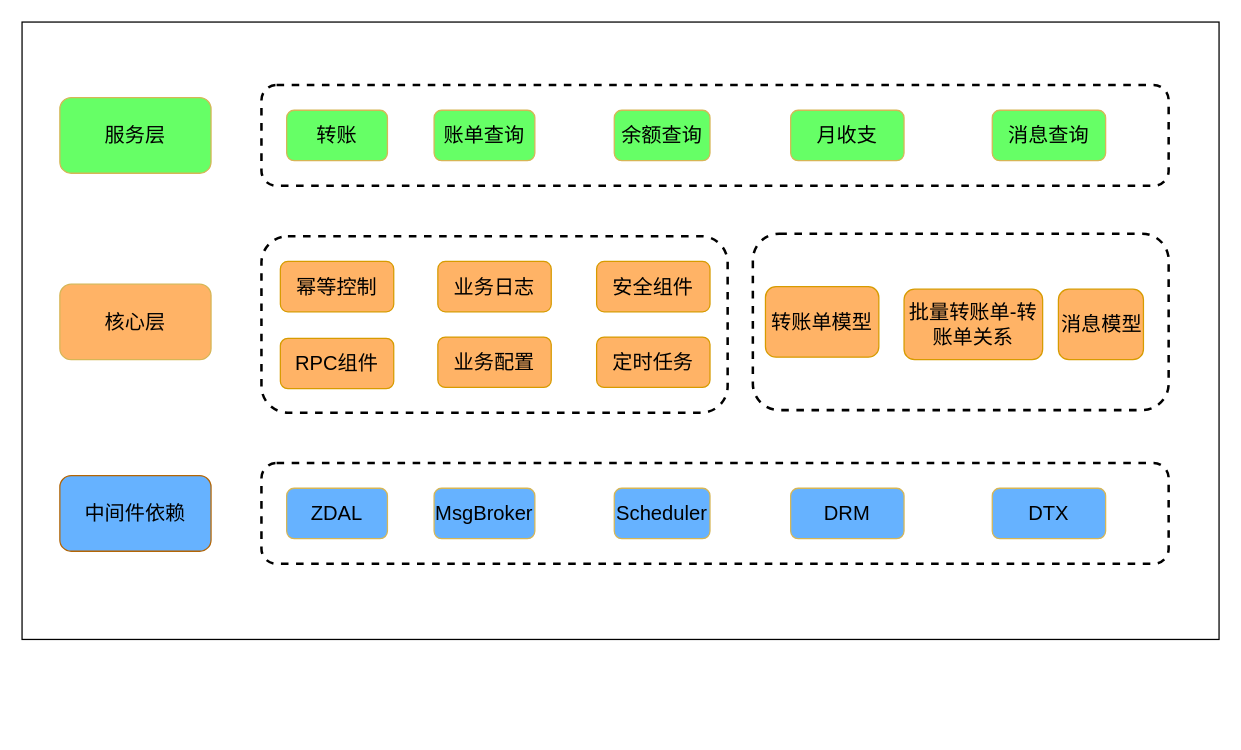
This is Untitled Diagram.drawio from muqingCai/cloudForecast, a draw.io file, before an edit. Source tidied: cells renumbered, new cells numbered last; positions are measured from the earlier drawing's top-left corner, leaving out a move shared by most shapes. Both pictures are drawn from the tidied source at 126%, with x=0, y=0 at pixel (21, 21).
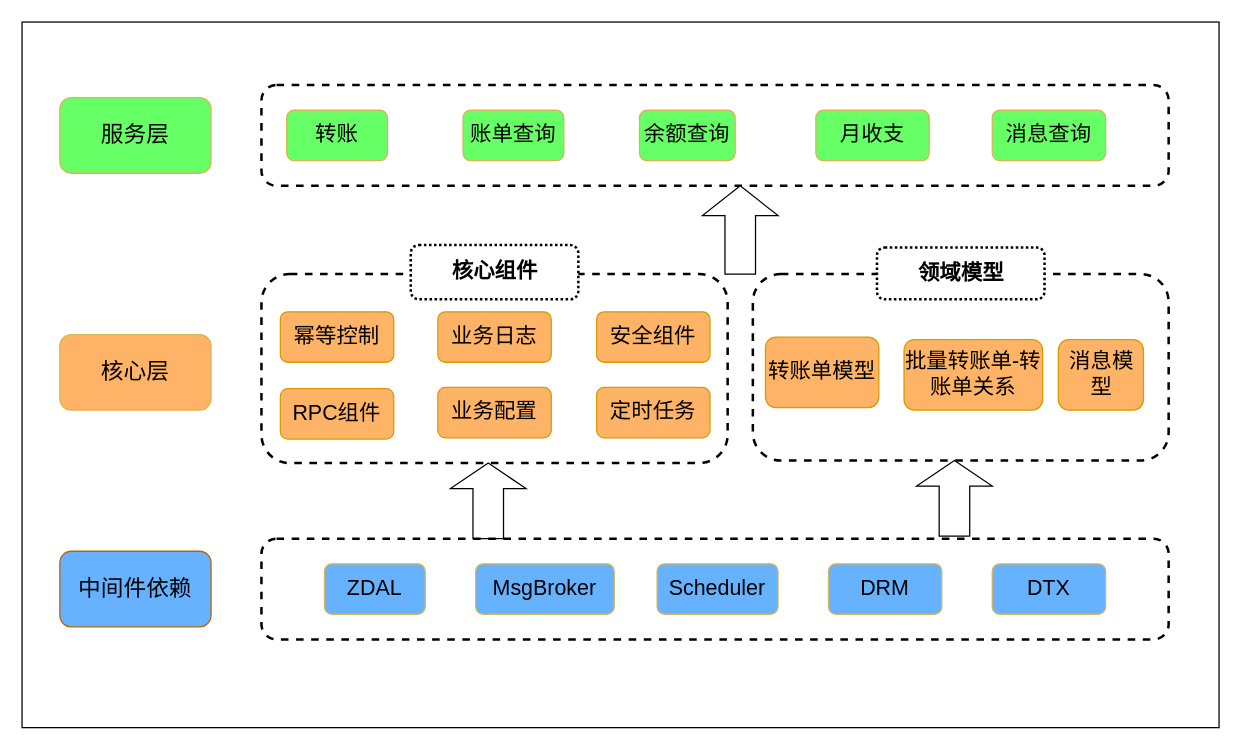
The same page after the edit.

Diff of the diagram source:
```diff
@@
     <mxCell id="2" style="rounded=0;whiteSpace=wrap;fontSize=16;spacing=2;shadow=0;" parent="1" vertex="1">
-      <mxGeometry width="950" height="490" as="geometry" />
+      <mxGeometry width="950" height="560" as="geometry" />
     </mxCell>
-    <mxCell id="3" style="rounded=1;whiteSpace=wrap;fontSize=16;fillColor=#FFFFFF;dashed=1;spacing=2;strokeWidth=2;" parent="1" vertex="1">
+    <mxCell id="3" style="rounded=1;whiteSpace=wrap;fontSize=17;fillColor=#FFFFFF;dashed=1;spacing=2;strokeWidth=2;" parent="1" vertex="1">
       <mxGeometry x="190" y="50" width="720" height="80" as="geometry" />
     </mxCell>
-    <mxCell id="4" value="服务层" style="rounded=1;whiteSpace=wrap;strokeColor=#d6b656;fontSize=16;spacing=2;fillColor=#66FF66;" parent="1" vertex="1">
+    <mxCell id="4" value="服务层" style="rounded=1;whiteSpace=wrap;strokeColor=#d6b656;fontSize=18;spacing=2;fillColor=#66FF66;" parent="1" vertex="1">
       <mxGeometry x="30" y="60" width="120" height="60" as="geometry" />
     </mxCell>
-    <mxCell id="5" value="中间件依赖" style="rounded=1;whiteSpace=wrap;strokeColor=#b46504;fontSize=16;spacing=2;fillColor=#66B2FF;" parent="1" vertex="1">
-      <mxGeometry x="30" y="360" width="120" height="60" as="geometry" />
+    <mxCell id="5" value="中间件依赖" style="rounded=1;whiteSpace=wrap;strokeColor=#b46504;fontSize=18;spacing=2;fillColor=#66B2FF;" parent="1" vertex="1">
+      <mxGeometry x="30" y="420" width="120" height="60" as="geometry" />
     </mxCell>
-    <mxCell id="6" value="转账" style="rounded=1;whiteSpace=wrap;strokeColor=#d6b656;fontSize=16;spacing=2;fillColor=#66FF66;" parent="1" vertex="1">
+    <mxCell id="6" value="转账" style="rounded=1;whiteSpace=wrap;strokeColor=#d6b656;fontSize=17;spacing=2;fillColor=#66FF66;" parent="1" vertex="1">
       <mxGeometry x="210" y="70" width="80" height="40" as="geometry" />
     </mxCell>
-    <mxCell id="7" value="账单查询" style="rounded=1;whiteSpace=wrap;strokeColor=#d6b656;fontSize=16;spacing=2;fillColor=#66FF66;" parent="1" vertex="1">
-      <mxGeometry x="327" y="70" width="80" height="40" as="geometry" />
+    <mxCell id="7" value="账单查询" style="rounded=1;whiteSpace=wrap;strokeColor=#d6b656;fontSize=17;spacing=2;fillColor=#66FF66;" parent="1" vertex="1">
+      <mxGeometry x="350" y="70" width="80" height="40" as="geometry" />
     </mxCell>
-    <mxCell id="8" value="余额查询" style="rounded=1;whiteSpace=wrap;strokeColor=#d6b656;fontSize=16;spacing=2;fillColor=#66FF66;" parent="1" vertex="1">
-      <mxGeometry x="470" y="70" width="76" height="40" as="geometry" />
+    <mxCell id="8" value="余额查询" style="rounded=1;whiteSpace=wrap;strokeColor=#d6b656;fontSize=17;spacing=2;fillColor=#66FF66;" parent="1" vertex="1">
+      <mxGeometry x="490" y="70" width="76" height="40" as="geometry" />
     </mxCell>
-    <mxCell id="9" value="月收支" style="rounded=1;whiteSpace=wrap;strokeColor=#d6b656;fontSize=16;spacing=2;fillColor=#66FF66;" parent="1" vertex="1">
-      <mxGeometry x="610" y="70" width="90" height="40" as="geometry" />
+    <mxCell id="9" value="月收支" style="rounded=1;whiteSpace=wrap;strokeColor=#d6b656;fontSize=17;spacing=2;fillColor=#66FF66;" parent="1" vertex="1">
+      <mxGeometry x="630" y="70" width="90" height="40" as="geometry" />
     </mxCell>
-    <mxCell id="10" value="消息查询" style="rounded=1;whiteSpace=wrap;strokeColor=#d6b656;fontSize=16;spacing=2;fillColor=#66FF66;" parent="1" vertex="1">
+    <mxCell id="10" value="消息查询" style="rounded=1;whiteSpace=wrap;strokeColor=#d6b656;fontSize=17;spacing=2;fillColor=#66FF66;" parent="1" vertex="1">
       <mxGeometry x="770" y="70" width="90" height="40" as="geometry" />
     </mxCell>
-    <mxCell id="11" style="rounded=1;whiteSpace=wrap;fontSize=16;fillColor=#FFFFFF;dashed=1;spacing=2;strokeWidth=2;" parent="1" vertex="1">
-      <mxGeometry x="190" y="170" width="370" height="140" as="geometry" />
+    <mxCell id="11" style="rounded=1;whiteSpace=wrap;fontSize=17;fillColor=#FFFFFF;dashed=1;spacing=2;strokeWidth=2;" parent="1" vertex="1">
+      <mxGeometry x="190" y="200" width="370" height="150" as="geometry" />
     </mxCell>
-    <mxCell id="12" value="核心层" style="rounded=1;whiteSpace=wrap;strokeColor=#d6b656;fontSize=16;spacing=2;fillColor=#FFB366;" parent="1" vertex="1">
-      <mxGeometry x="30" y="208" width="120" height="60" as="geometry" />
+    <mxCell id="12" value="核心层" style="rounded=1;whiteSpace=wrap;strokeColor=#d6b656;fontSize=18;spacing=2;fillColor=#FFB366;" parent="1" vertex="1">
+      <mxGeometry x="30" y="248" width="120" height="60" as="geometry" />
     </mxCell>
-    <mxCell id="13" value="幂等控制" style="rounded=1;whiteSpace=wrap;strokeColor=#d79b00;fontSize=16;spacing=2;fillColor=#FFB366;" parent="1" vertex="1">
-      <mxGeometry x="205" y="190" width="90" height="40" as="geometry" />
+    <mxCell id="13" value="幂等控制" style="rounded=1;whiteSpace=wrap;strokeColor=#d79b00;fontSize=17;spacing=2;fillColor=#FFB366;" parent="1" vertex="1">
+      <mxGeometry x="205" y="230" width="90" height="40" as="geometry" />
     </mxCell>
-    <mxCell id="14" value="安全组件" style="rounded=1;whiteSpace=wrap;strokeColor=#d79b00;fontSize=16;spacing=2;fillColor=#FFB366;" parent="1" vertex="1">
-      <mxGeometry x="456" y="190" width="90" height="40" as="geometry" />
+    <mxCell id="14" value="安全组件" style="rounded=1;whiteSpace=wrap;strokeColor=#d79b00;fontSize=17;spacing=2;fillColor=#FFB366;" parent="1" vertex="1">
+      <mxGeometry x="456" y="230" width="90" height="40" as="geometry" />
     </mxCell>
-    <mxCell id="15" value="业务配置" style="rounded=1;whiteSpace=wrap;strokeColor=#d79b00;fontSize=16;spacing=2;fillColor=#FFB366;" parent="1" vertex="1">
-      <mxGeometry x="330" y="250" width="90" height="40" as="geometry" />
+    <mxCell id="15" value="业务配置" style="rounded=1;whiteSpace=wrap;strokeColor=#d79b00;fontSize=17;spacing=2;fillColor=#FFB366;" parent="1" vertex="1">
+      <mxGeometry x="330" y="290" width="90" height="40" as="geometry" />
     </mxCell>
-    <mxCell id="16" value="定时任务" style="rounded=1;whiteSpace=wrap;strokeColor=#d79b00;fontSize=16;spacing=2;fillColor=#FFB366;" parent="1" vertex="1">
-      <mxGeometry x="456" y="250" width="90" height="40" as="geometry" />
+    <mxCell id="16" value="定时任务" style="rounded=1;whiteSpace=wrap;strokeColor=#d79b00;fontSize=17;spacing=2;fillColor=#FFB366;" parent="1" vertex="1">
+      <mxGeometry x="456" y="290" width="90" height="40" as="geometry" />
     </mxCell>
-    <mxCell id="17" value="RPC组件" style="rounded=1;whiteSpace=wrap;strokeColor=#d79b00;fontSize=16;spacing=2;fillColor=#FFB366;" parent="1" vertex="1">
-      <mxGeometry x="205" y="251" width="90" height="40" as="geometry" />
+    <mxCell id="17" value="RPC组件" style="rounded=1;whiteSpace=wrap;strokeColor=#d79b00;fontSize=17;spacing=2;fillColor=#FFB366;" parent="1" vertex="1">
+      <mxGeometry x="205" y="291" width="90" height="40" as="geometry" />
     </mxCell>
-    <mxCell id="18" value="业务日志" style="rounded=1;whiteSpace=wrap;strokeColor=#d79b00;fontSize=16;spacing=2;fillColor=#FFB366;" parent="1" vertex="1">
-      <mxGeometry x="330" y="190" width="90" height="40" as="geometry" />
+    <mxCell id="18" value="业务日志" style="rounded=1;whiteSpace=wrap;strokeColor=#d79b00;fontSize=17;spacing=2;fillColor=#FFB366;" parent="1" vertex="1">
+      <mxGeometry x="330" y="230" width="90" height="40" as="geometry" />
     </mxCell>
-    <mxCell id="19" style="rounded=1;whiteSpace=wrap;fontSize=16;fillColor=#FFFFFF;dashed=1;spacing=2;strokeWidth=2;" parent="1" vertex="1">
-      <mxGeometry x="190" y="350" width="720" height="80" as="geometry" />
+    <mxCell id="19" style="rounded=1;whiteSpace=wrap;fontSize=17;fillColor=#FFFFFF;dashed=1;spacing=2;strokeWidth=2;" parent="1" vertex="1">
+      <mxGeometry x="190" y="410" width="720" height="80" as="geometry" />
     </mxCell>
-    <mxCell id="20" value="ZDAL" style="rounded=1;whiteSpace=wrap;strokeColor=#d6b656;fontSize=16;spacing=2;fillColor=#66B2FF;" parent="1" vertex="1">
-      <mxGeometry x="210" y="370" width="80" height="40" as="geometry" />
+    <mxCell id="20" value="ZDAL" style="rounded=1;whiteSpace=wrap;strokeColor=#d6b656;fontSize=17;spacing=2;fillColor=#66B2FF;" parent="1" vertex="1">
+      <mxGeometry x="240" y="430" width="80" height="40" as="geometry" />
     </mxCell>
-    <mxCell id="21" value="MsgBroker" style="rounded=1;whiteSpace=wrap;strokeColor=#d6b656;fontSize=16;spacing=2;fillColor=#66B2FF;" parent="1" vertex="1">
-      <mxGeometry x="327" y="370" width="80" height="40" as="geometry" />
+    <mxCell id="21" value="MsgBroker" style="rounded=1;whiteSpace=wrap;strokeColor=#d6b656;fontSize=17;spacing=2;fillColor=#66B2FF;" parent="1" vertex="1">
+      <mxGeometry x="360" y="430" width="110" height="40" as="geometry" />
     </mxCell>
-    <mxCell id="22" value="Scheduler" style="rounded=1;whiteSpace=wrap;strokeColor=#d6b656;fontSize=16;spacing=2;fillColor=#66B2FF;" parent="1" vertex="1">
-      <mxGeometry x="470" y="370" width="76" height="40" as="geometry" />
+    <mxCell id="22" value="Scheduler" style="rounded=1;whiteSpace=wrap;strokeColor=#d6b656;fontSize=17;spacing=2;fillColor=#66B2FF;" parent="1" vertex="1">
+      <mxGeometry x="504" y="430" width="96" height="40" as="geometry" />
     </mxCell>
-    <mxCell id="23" value="DRM" style="rounded=1;whiteSpace=wrap;strokeColor=#d6b656;fontSize=16;spacing=2;fillColor=#66B2FF;" parent="1" vertex="1">
-      <mxGeometry x="610" y="370" width="90" height="40" as="geometry" />
+    <mxCell id="23" value="DRM" style="rounded=1;whiteSpace=wrap;strokeColor=#d6b656;fontSize=17;spacing=2;fillColor=#66B2FF;" parent="1" vertex="1">
+      <mxGeometry x="640" y="430" width="90" height="40" as="geometry" />
     </mxCell>
-    <mxCell id="24" value="DTX" style="rounded=1;whiteSpace=wrap;strokeColor=#d6b656;fontSize=16;spacing=2;fillColor=#66B2FF;" parent="1" vertex="1">
-      <mxGeometry x="770" y="370" width="90" height="40" as="geometry" />
+    <mxCell id="24" value="DTX" style="rounded=1;whiteSpace=wrap;strokeColor=#d6b656;fontSize=17;spacing=2;fillColor=#66B2FF;" parent="1" vertex="1">
+      <mxGeometry x="770" y="430" width="90" height="40" as="geometry" />
     </mxCell>
-    <mxCell id="25" style="rounded=1;whiteSpace=wrap;fontSize=16;fillColor=#FFFFFF;dashed=1;spacing=2;strokeWidth=2;" parent="1" vertex="1">
-      <mxGeometry x="580" y="168" width="330" height="140" as="geometry" />
+    <mxCell id="25" style="rounded=1;whiteSpace=wrap;fontSize=17;fillColor=#FFFFFF;dashed=1;spacing=2;strokeWidth=2;" parent="1" vertex="1">
+      <mxGeometry x="580" y="200" width="330" height="148" as="geometry" />
     </mxCell>
-    <mxCell id="26" value="转账单模型" style="rounded=1;whiteSpace=wrap;strokeColor=#d79b00;fontSize=16;spacing=2;fillColor=#FFB366;" parent="1" vertex="1">
-      <mxGeometry x="590" y="210" width="90" height="56" as="geometry" />
+    <mxCell id="26" value="转账单模型" style="rounded=1;whiteSpace=wrap;strokeColor=#d79b00;fontSize=17;spacing=2;fillColor=#FFB366;" parent="1" vertex="1">
+      <mxGeometry x="590" y="250" width="90" height="56" as="geometry" />
     </mxCell>
-    <mxCell id="27" value="批量转账单-转账单关系" style="rounded=1;whiteSpace=wrap;strokeColor=#d79b00;fontSize=16;spacing=2;fillColor=#FFB366;" parent="1" vertex="1">
-      <mxGeometry x="700" y="212" width="110" height="56" as="geometry" />
+    <mxCell id="27" value="批量转账单-转账单关系" style="rounded=1;whiteSpace=wrap;strokeColor=#d79b00;fontSize=17;spacing=2;fillColor=#FFB366;" parent="1" vertex="1">
+      <mxGeometry x="700" y="252" width="110" height="56" as="geometry" />
     </mxCell>
-    <mxCell id="28" value="消息模型" style="rounded=1;whiteSpace=wrap;strokeColor=#d79b00;fontSize=16;spacing=2;fillColor=#FFB366;" parent="1" vertex="1">
-      <mxGeometry x="822.5" y="212" width="67.5" height="56" as="geometry" />
+    <mxCell id="28" value="消息模型" style="rounded=1;whiteSpace=wrap;strokeColor=#d79b00;fontSize=17;spacing=2;fillColor=#FFB366;" parent="1" vertex="1">
+      <mxGeometry x="822.5" y="252" width="67.5" height="56" as="geometry" />
     </mxCell>
+    <mxCell id="29" value="核心组件" style="rounded=1;whiteSpace=wrap;fontSize=17;spacing=2;dashed=1;strokeWidth=2;dashPattern=1 1;fontStyle=1;" parent="1" vertex="1">
+      <mxGeometry x="308.5" y="177" width="133" height="43" as="geometry" />
+    </mxCell>
+    <mxCell id="30" value="领域模型" style="rounded=1;whiteSpace=wrap;fontSize=17;spacing=2;dashed=1;strokeWidth=2;dashPattern=1 1;fontStyle=1;" parent="1" vertex="1">
+      <mxGeometry x="678.5" y="179" width="133" height="41" as="geometry" />
+    </mxCell>
+    <mxCell id="31" style="shape=singleArrow;direction=north;whiteSpace=wrap;html=1;rounded=0;shadow=0;strokeColor=#000000;strokeWidth=1;gradientColor=none;fontSize=17;fontColor=#FFFFFF;arrowWidth=0.40392156862744744;arrowSize=0.33725490196078456;fillColor=none;" parent="1" vertex="1">
+      <mxGeometry x="340" y="350" width="60" height="60" as="geometry" />
+    </mxCell>
+    <mxCell id="32" style="shape=singleArrow;direction=north;whiteSpace=wrap;html=1;rounded=0;shadow=0;strokeWidth=1;fontSize=17;arrowWidth=0.40392156862744744;arrowSize=0.33725490196078456;" parent="1" vertex="1">
+      <mxGeometry x="710" y="348" width="60" height="60" as="geometry" />
+    </mxCell>
+    <mxCell id="33" style="shape=singleArrow;direction=north;whiteSpace=wrap;html=1;rounded=0;shadow=0;strokeWidth=1;fontSize=17;arrowWidth=0.40392156862744744;arrowSize=0.33725490196078456;" parent="1" vertex="1">
+      <mxGeometry x="540" y="130" width="60" height="70" as="geometry" />
+    </mxCell>
```
